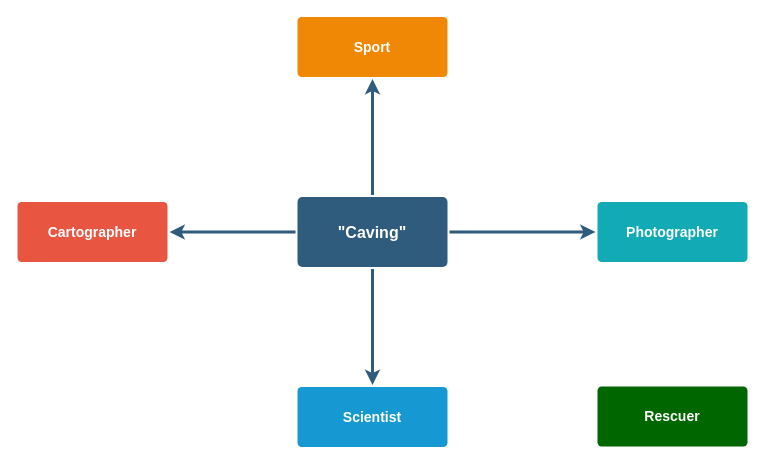
socalgrotto/diagrams keeps this draw.io diagram as CavingBranches.drawio. Above is the earlier version. Source tidied: cells renumbered, new cells numbered last; positions are measured from the earlier drawing's top-left corner, leaving out a move shared by most shapes. Both pictures are drawn from the tidied source at 100%, with x=0, y=0 at pixel (17, 16).
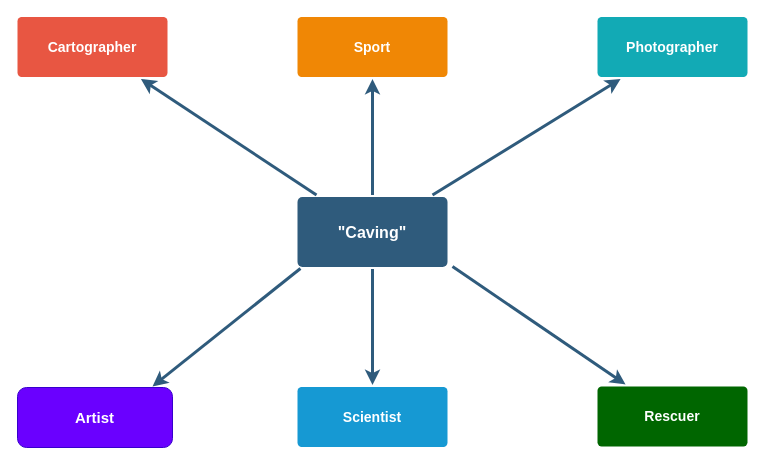
The same page after the edit.

Change to the diagram source:
```diff
@@
 <mxGraphModel background="#ffffff">
   <root>
     <mxCell id="0" />
     <mxCell id="1" parent="0" />
     <mxCell id="2" style="edgeStyle=none;rounded=0;jumpStyle=none;html=1;shadow=0;labelBackgroundColor=none;startArrow=none;startFill=0;endArrow=classic;endFill=1;jettySize=auto;strokeColor=#2F5B7C;strokeWidth=3;fontFamily=Helvetica;fontSize=16;fontColor=#23445D;spacing=5;" parent="1" edge="1" source="6" target="9">
       <mxGeometry relative="1" as="geometry" />
     </mxCell>
     <mxCell id="3" style="edgeStyle=none;rounded=0;jumpStyle=none;html=1;shadow=0;labelBackgroundColor=none;startArrow=none;startFill=0;endArrow=classic;endFill=1;jettySize=auto;strokeColor=#2F5B7C;strokeWidth=3;fontFamily=Helvetica;fontSize=16;fontColor=#23445D;spacing=5;" parent="1" edge="1" source="6" target="10">
       <mxGeometry relative="1" as="geometry" />
     </mxCell>
     <mxCell id="4" style="edgeStyle=none;rounded=0;jumpStyle=none;html=1;shadow=0;labelBackgroundColor=none;startArrow=none;startFill=0;endArrow=classic;endFill=1;jettySize=auto;strokeColor=#2F5B7C;strokeWidth=3;fontFamily=Helvetica;fontSize=16;fontColor=#23445D;spacing=5;" parent="1" edge="1" source="6" target="8">
       <mxGeometry relative="1" as="geometry" />
     </mxCell>
     <mxCell id="5" style="edgeStyle=none;rounded=0;jumpStyle=none;html=1;shadow=0;labelBackgroundColor=none;startArrow=none;startFill=0;endArrow=classic;endFill=1;jettySize=auto;strokeColor=#2F5B7C;strokeWidth=3;fontFamily=Helvetica;fontSize=16;fontColor=#23445D;spacing=5;" parent="1" edge="1" source="6" target="7">
       <mxGeometry relative="1" as="geometry" />
     </mxCell>
     <mxCell id="6" value="&quot;Caving&quot;&lt;br&gt;" style="rounded=1;whiteSpace=wrap;html=1;shadow=0;labelBackgroundColor=none;strokeColor=none;strokeWidth=3;fillColor=#2F5B7C;fontFamily=Helvetica;fontSize=16;fontColor=#FFFFFF;align=center;fontStyle=1;spacing=5;arcSize=7;perimeterSpacing=2;direction=west;" parent="1" vertex="1">
       <mxGeometry x="280" y="180.5" width="150" height="70" as="geometry" />
     </mxCell>
     <mxCell id="7" value="Cartographer" style="rounded=1;whiteSpace=wrap;html=1;shadow=0;labelBackgroundColor=none;strokeColor=none;strokeWidth=3;fillColor=#e85642;fontFamily=Helvetica;fontSize=14;fontColor=#FFFFFF;align=center;spacing=5;fontStyle=1;arcSize=7;perimeterSpacing=2;" parent="1" vertex="1">
-      <mxGeometry y="185.5" width="150" height="60" as="geometry" />
+      <mxGeometry y="0.5" width="150" height="60" as="geometry" />
     </mxCell>
     <mxCell id="8" value="Scientist" style="rounded=1;whiteSpace=wrap;html=1;shadow=0;labelBackgroundColor=none;strokeColor=none;strokeWidth=3;fillColor=#1699d3;fontFamily=Helvetica;fontSize=14;fontColor=#FFFFFF;align=center;spacing=5;fontStyle=1;arcSize=7;perimeterSpacing=2;" parent="1" vertex="1">
       <mxGeometry x="280" y="370.5" width="150" height="60" as="geometry" />
     </mxCell>
     <mxCell id="9" value="Sport" style="rounded=1;whiteSpace=wrap;html=1;shadow=0;labelBackgroundColor=none;strokeColor=none;strokeWidth=3;fillColor=#F08705;fontFamily=Helvetica;fontSize=14;fontColor=#FFFFFF;align=center;spacing=5;fontStyle=1;arcSize=7;perimeterSpacing=2;" parent="1" vertex="1">
       <mxGeometry x="280" y="0.5" width="150" height="60" as="geometry" />
     </mxCell>
     <mxCell id="10" value="Photographer" style="rounded=1;whiteSpace=wrap;html=1;shadow=0;labelBackgroundColor=none;strokeColor=none;strokeWidth=3;fillColor=#12aab5;fontFamily=Helvetica;fontSize=14;fontColor=#FFFFFF;align=center;spacing=5;fontStyle=1;arcSize=7;perimeterSpacing=2;" parent="1" vertex="1">
-      <mxGeometry x="580" y="185.5" width="150" height="60" as="geometry" />
+      <mxGeometry x="580" y="0.5" width="150" height="60" as="geometry" />
     </mxCell>
     <mxCell id="11" value="Rescuer" style="rounded=1;whiteSpace=wrap;html=1;shadow=0;labelBackgroundColor=none;strokeWidth=3;fontFamily=Helvetica;fontSize=14;align=center;spacing=5;fontStyle=1;arcSize=7;perimeterSpacing=2;fillColor=#006600;strokeColor=none;fontColor=#FFFFFF;" parent="1" vertex="1">
       <mxGeometry x="580" y="370" width="150" height="60" as="geometry" />
     </mxCell>
+    <mxCell id="12" value="&lt;b&gt;&lt;font style=&quot;font-size: 15px&quot;&gt;Artist&lt;/font&gt;&lt;/b&gt;" style="rounded=1;whiteSpace=wrap;html=1;fillColor=#6a00ff;strokeColor=#3700CC;fontColor=#ffffff;" parent="1" vertex="1">
+      <mxGeometry y="371" width="155" height="60" as="geometry" />
+    </mxCell>
+    <mxCell id="13" style="endArrow=classic;html=1;exitX=0.968;exitY=0.007;exitDx=0;exitDy=0;exitPerimeter=0;strokeWidth=3;strokeColor=#2F5B7C;entryX=0.871;entryY=-0.017;entryDx=0;entryDy=0;entryPerimeter=0;" parent="1" edge="1" source="6" target="12">
+      <mxGeometry relative="1" as="geometry" />
+    </mxCell>
+    <mxCell id="14" style="endArrow=classic;html=1;strokeWidth=3;fillColor=#76608a;strokeColor=#2F5B7C;" parent="1" edge="1" target="11">
+      <mxGeometry relative="1" as="geometry">
+        <mxPoint x="435" y="250" as="sourcePoint" />
+      </mxGeometry>
+    </mxCell>
   </root>
 </mxGraphModel>
```
